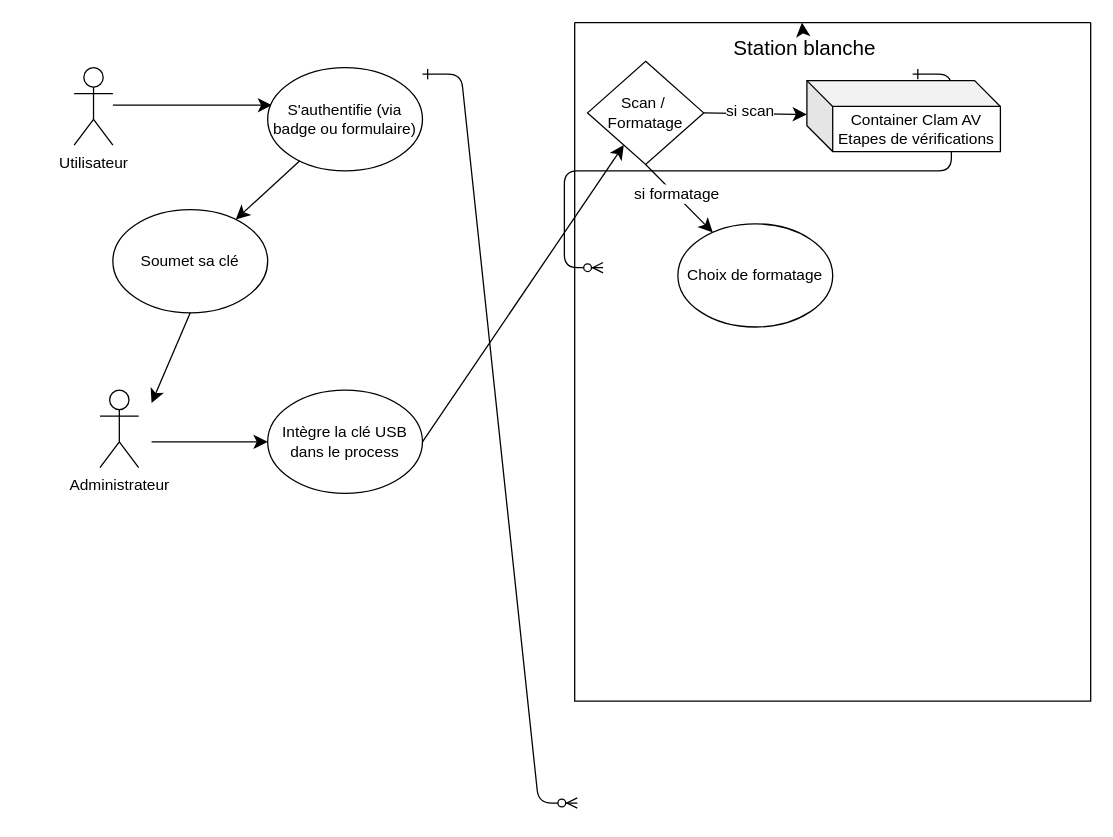
This is Diagramme sans nom.drawio from Clinter77/WhiteStationSanitizerProject, a draw.io file, before an edit. Source tidied: cells renumbered, new cells numbered last; positions are measured from the earlier drawing's top-left corner, leaving out a move shared by most shapes. Both pictures are drawn from the tidied source at 129%, with x=0, y=0 at pixel (74, 22).
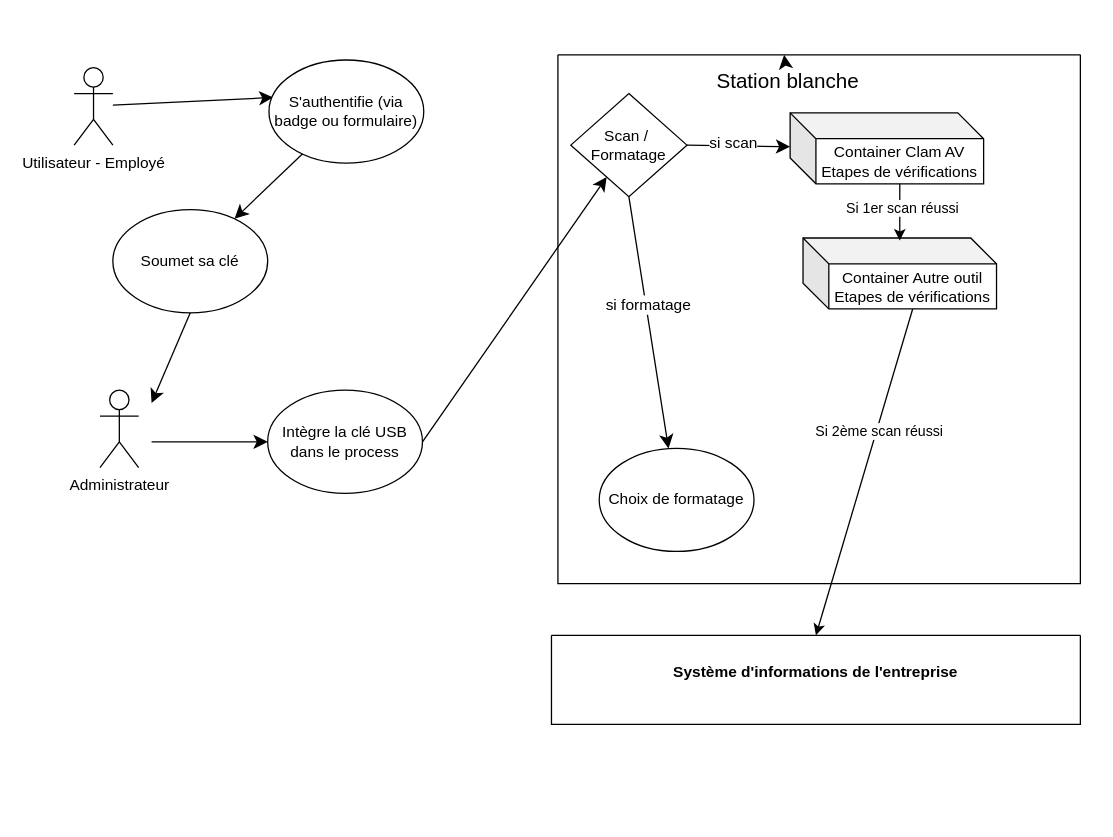
Above is the later version.

The change refers to these unchanged cells:
```xml
<mxCell id="9" value="Container Clam AV&lt;div&gt;Etapes de vérifications&lt;/div&gt;" style="shape=cube;whiteSpace=wrap;html=1;boundedLbl=1;backgroundOutline=1;darkOpacity=0.05;darkOpacity2=0.1;" parent="6" vertex="1">
  <mxGeometry x="180" y="45" width="150" height="55" as="geometry" />
</mxCell>
```

Change to the diagram source:
```diff
@@
-    <mxCell id="2" style="edgeStyle=entityRelationEdgeStyle;endArrow=ERzeroToMany;startArrow=ERone;endFill=1;startFill=0;" parent="1" edge="1">
-      <mxGeometry relative="1" as="geometry">
-        <mxPoint x="270" y="40" as="sourcePoint" />
-        <mxPoint x="390" y="605" as="targetPoint" />
-      </mxGeometry>
-    </mxCell>
-    <mxCell id="3" style="edgeStyle=entityRelationEdgeStyle;endArrow=ERzeroToMany;startArrow=ERone;endFill=1;startFill=0;" parent="1" edge="1">
-      <mxGeometry relative="1" as="geometry">
-        <mxPoint x="650" y="40" as="sourcePoint" />
-        <mxPoint x="410" y="190" as="targetPoint" />
-      </mxGeometry>
-    </mxCell>
@@
-    <mxCell id="5" value="Utilisateur" style="shape=umlActor;verticalLabelPosition=bottom;verticalAlign=top;html=1;" parent="1" vertex="1">
+    <mxCell id="5" value="Utilisateur - Employé" style="shape=umlActor;verticalLabelPosition=bottom;verticalAlign=top;html=1;" parent="1" vertex="1">
       <mxGeometry y="35" width="30" height="60" as="geometry" />
     </mxCell>
     <mxCell id="6" style="swimlane;startSize=0;" parent="1" vertex="1">
-      <mxGeometry x="388" width="400" height="526" as="geometry" />
+      <mxGeometry x="375" y="25" width="405" height="410" as="geometry" />
     </mxCell>
@@
     <mxCell id="15" value="Choix de formatage" style="ellipse;whiteSpace=wrap;html=1;" parent="6" vertex="1">
-      <mxGeometry x="80" y="156" width="120" height="80" as="geometry" />
+      <mxGeometry x="32" y="305" width="120" height="80" as="geometry" />
     </mxCell>
+    <mxCell id="24" value="Container Autre outil&lt;br&gt;&lt;div&gt;Etapes de vérifications&lt;/div&gt;" style="shape=cube;whiteSpace=wrap;html=1;boundedLbl=1;backgroundOutline=1;darkOpacity=0.05;darkOpacity2=0.1;" parent="6" vertex="1">
+      <mxGeometry x="190" y="142" width="150" height="55" as="geometry" />
+    </mxCell>
+    <mxCell id="25" style="edgeStyle=orthogonalEdgeStyle;rounded=0;jettySize=auto;html=1;exitX=0;exitY=0;exitDx=85;exitDy=55;exitPerimeter=0;entryX=0.5;entryY=0.036;entryDx=0;entryDy=0;entryPerimeter=0;" parent="6" edge="1" source="9" target="24">
+      <mxGeometry relative="1" as="geometry" />
+    </mxCell>
+    <mxCell id="26" value="Si 1er scan réussi" style="edgeLabel;html=1;align=center;verticalAlign=middle;" parent="25" vertex="1">
+      <mxGeometry x="-0.19" y="1" relative="1" as="geometry" />
+    </mxCell>
@@
     <mxCell id="22" value="S'authentifie (via badge ou formulaire)" style="ellipse;whiteSpace=wrap;html=1;" parent="1" vertex="1">
-      <mxGeometry x="150" y="35" width="120" height="80" as="geometry" />
+      <mxGeometry x="151" y="29" width="120" height="80" as="geometry" />
     </mxCell>
@@
+    <mxCell id="27" value="&#10;&#10;&#10;&#10;&#10;Système d'informations de l'entreprise&#10;" style="swimlane;startSize=0;" parent="1" vertex="1">
+      <mxGeometry x="370" y="475" width="410" height="69" as="geometry" />
+    </mxCell>
+    <mxCell id="28" style="endArrow=classic;html=1;rounded=0;exitX=0;exitY=0;exitDx=85;exitDy=55;exitPerimeter=0;entryX=0.5;entryY=0;entryDx=0;entryDy=0;" parent="1" edge="1" source="24" target="27">
+      <mxGeometry relative="1" as="geometry" />
+    </mxCell>
+    <mxCell id="29" value="Si 2ème scan réussi" style="edgeLabel;html=1;align=center;verticalAlign=middle;" parent="28" vertex="1">
+      <mxGeometry x="-0.26" y="1" relative="1" as="geometry" />
+    </mxCell>
```
